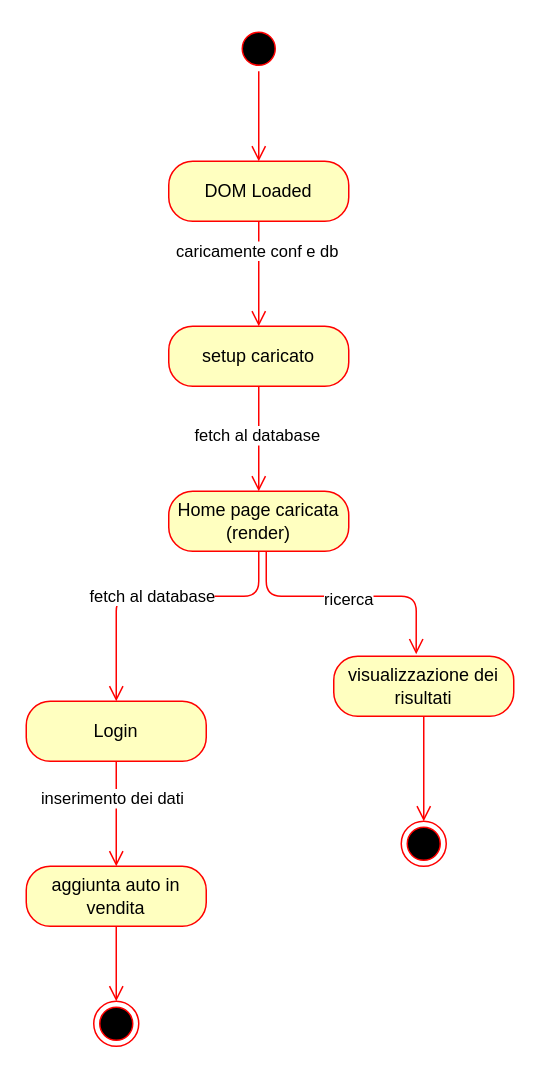
The draw.io diagram doc/diagrammaStato.png.drawio in Loriid2/5c_BaraniRodiaDiDonnaMarra_CompravenditaAutoUsate, before the edit. Source tidied: cells renumbered, new cells numbered last; positions are measured from the earlier drawing's top-left corner, leaving out a move shared by most shapes. Both pictures are drawn from the tidied source at 150%, with x=0, y=0 at pixel (26, 26).
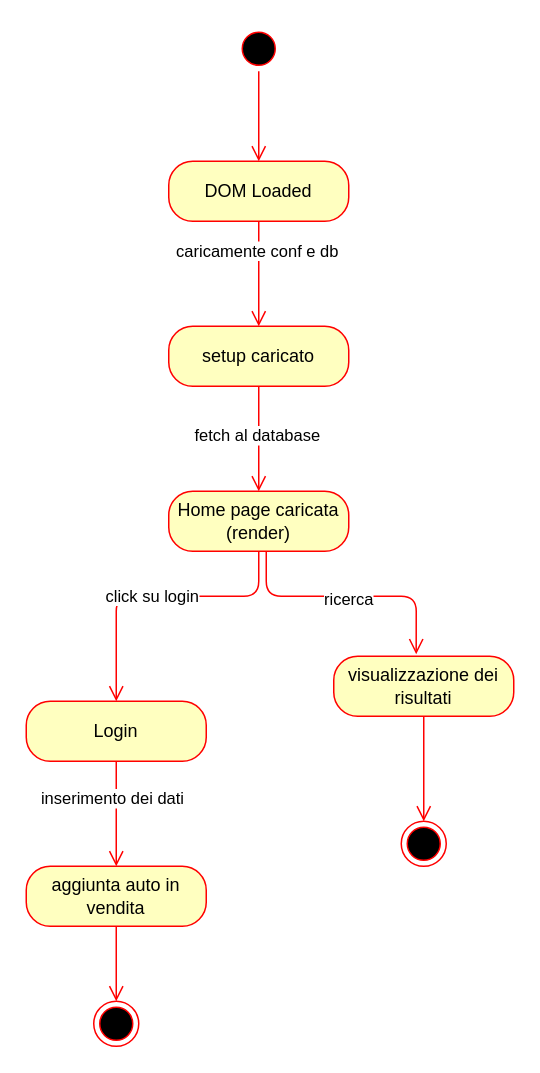
Above is the later version.

Commit message:
diagramma di stato

The change refers to these unchanged cells:
```xml
<mxCell id="11" style="edgeStyle=orthogonalEdgeStyle;html=1;verticalAlign=bottom;endArrow=open;endSize=8;strokeColor=#ff0000;entryX=0.5;entryY=0;entryDx=0;entryDy=0;" parent="1" edge="1" source="10" target="17">
  <mxGeometry relative="1" as="geometry">
    <Array as="points">
      <mxPoint x="155" y="380" />
      <mxPoint x="60" y="380" />
    </Array>
  </mxGeometry>
</mxCell>
```

Diff of the diagram source:
```diff
@@
-    <mxCell id="12" value="fetch al database" style="edgeLabel;html=1;align=center;verticalAlign=middle;" parent="11" vertex="1">
+    <mxCell id="12" value="click su login" style="edgeLabel;html=1;align=center;verticalAlign=middle;" parent="11" vertex="1">
       <mxGeometry x="0.05" y="-1" relative="1" as="geometry" />
     </mxCell>
```
